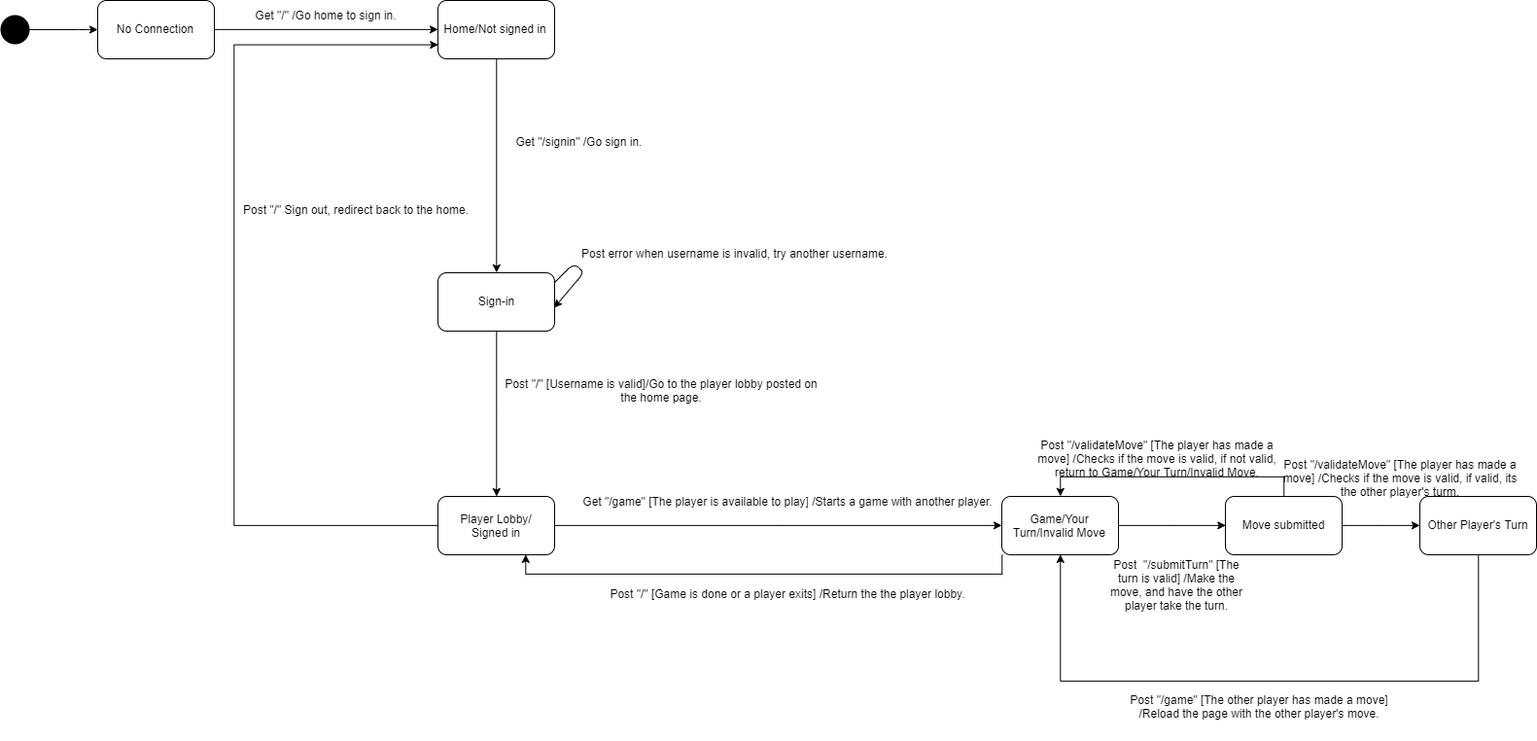
Earlier version of the draw.io export docs/StateChart.png (Aaron-Schaefer/checkers-app). Source tidied: cells renumbered, new cells last; positions are measured from the earlier drawing's top-left corner, leaving out a move shared by most shapes.
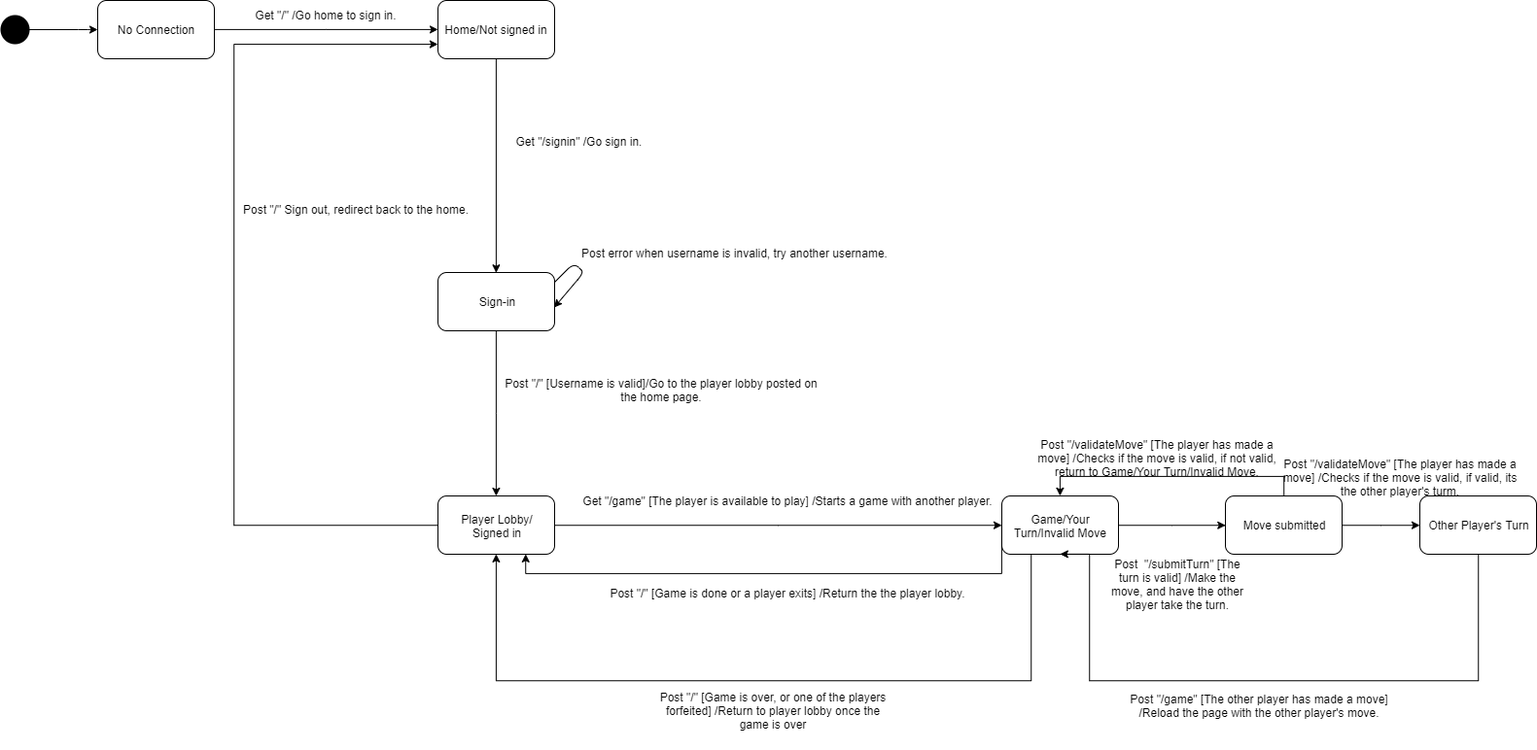
Later version of the same file.

What changed in the source:
```diff
@@ -78,6 +78,14 @@
     <mxCell id="19" style="edgeStyle=orthogonalEdgeStyle;rounded=0;jettySize=auto;html=1;entryX=0;entryY=0.5;entryDx=0;entryDy=0;" parent="1" edge="1" source="20" target="26">
       <mxGeometry relative="1" as="geometry" />
     </mxCell>
+    <mxCell id="33" style="edgeStyle=orthogonalEdgeStyle;rounded=0;jettySize=auto;html=1;entryX=0.5;entryY=1;entryDx=0;entryDy=0;" parent="1" edge="1" source="20" target="14">
+      <mxGeometry relative="1" as="geometry">
+        <Array as="points">
+          <mxPoint x="1060" y="700" />
+          <mxPoint x="510" y="700" />
+        </Array>
+      </mxGeometry>
+    </mxCell>
     <mxCell id="20" value="Game/Your Turn/Invalid Move" style="rounded=1;whiteSpace=wrap;html=1;fillColor=none;" parent="1" vertex="1">
       <mxGeometry x="1030" y="510" width="120" height="60" as="geometry" />
     </mxCell>
@@ -114,7 +122,8 @@
       <mxGeometry relative="1" as="geometry">
         <Array as="points">
           <mxPoint x="1520" y="700" />
-          <mxPoint x="1090" y="700" />
+          <mxPoint x="1120" y="700" />
+          <mxPoint x="1120" y="570" />
         </Array>
       </mxGeometry>
     </mxCell>
@@ -127,5 +136,8 @@
     <mxCell id="32" value="Post &quot;/game&quot; [The other player has made a move] /Reload the page with the other player's move." style="text;html=1;strokeColor=none;fillColor=none;align=center;verticalAlign=middle;whiteSpace=wrap;rounded=0;" parent="1" vertex="1">
       <mxGeometry x="1160" y="690" width="270" height="70" as="geometry" />
     </mxCell>
+    <mxCell id="34" value="Post &quot;/&quot; [Game is over, or one of the players forfeited] /Return to player lobby once the game is over" style="text;html=1;strokeColor=none;fillColor=none;align=center;verticalAlign=middle;whiteSpace=wrap;rounded=0;" parent="1" vertex="1">
+      <mxGeometry x="670" y="690" width="250" height="80" as="geometry" />
+    </mxCell>
   </root>
 </mxGraphModel>
```
